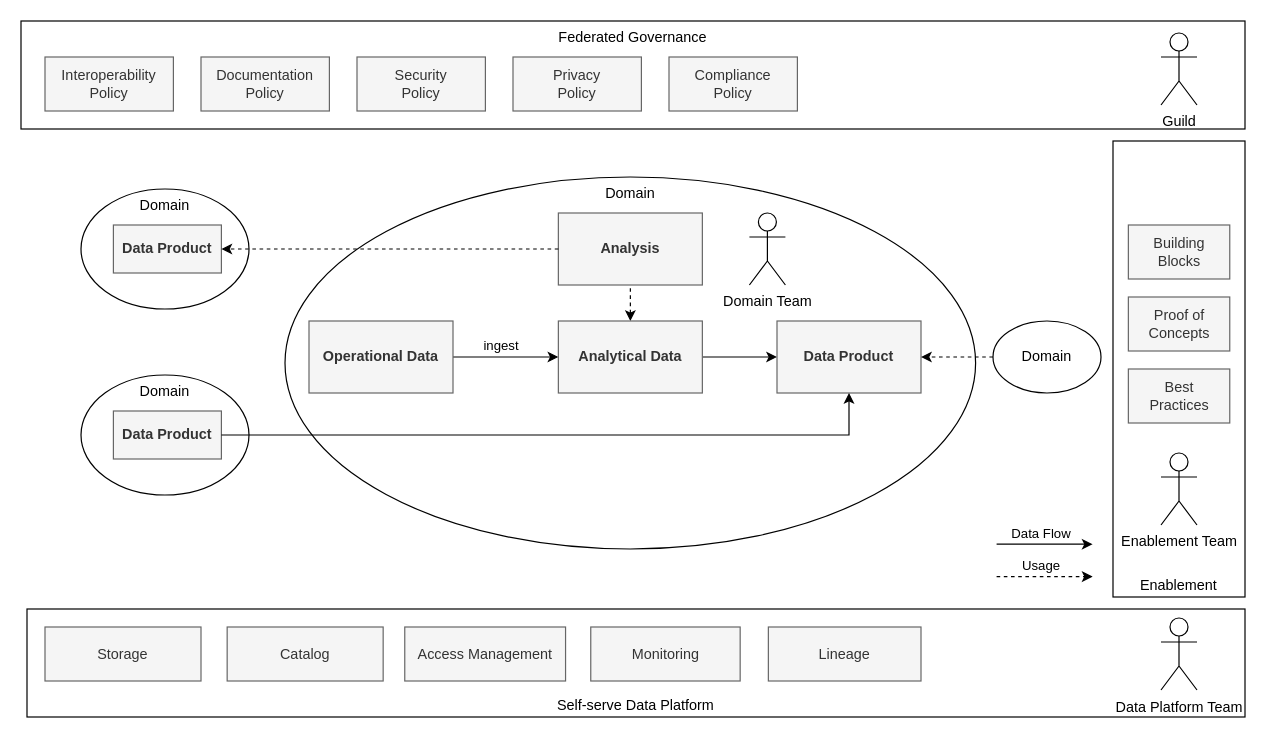
datamesh-architecture/datamesh-architecture.com keeps this draw.io diagram as diagrams/datamesharchitecture.drawio. Above is the earlier version. Source tidied: cells renumbered, new cells numbered last; positions are measured from the earlier drawing's top-left corner, leaving out a move shared by most shapes. Both pictures are drawn from the tidied source at 120%, with x=0, y=0 at pixel (20, 20).
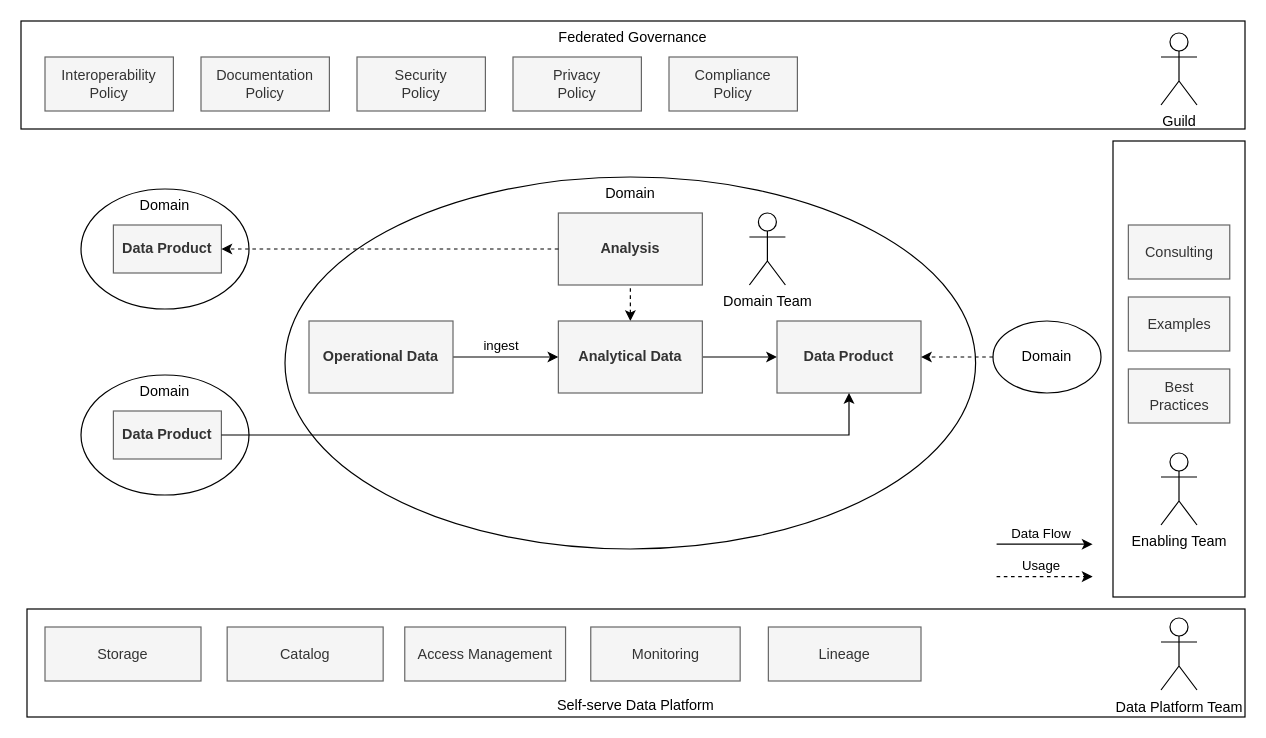
The same page after the edit.

What changed in the source:
```diff
@@
-    <mxCell id="2" value="Enablement" style="rounded=0;whiteSpace=wrap;html=1;verticalAlign=bottom;" parent="1" vertex="1">
+    <mxCell id="2" style="rounded=0;whiteSpace=wrap;html=1;verticalAlign=bottom;" parent="1" vertex="1">
       <mxGeometry x="910" y="100" width="110" height="380" as="geometry" />
     </mxCell>
@@
-    <mxCell id="15" value="Enablement Team" style="shape=umlActor;verticalLabelPosition=bottom;verticalAlign=top;html=1;" parent="1" vertex="1">
+    <mxCell id="15" value="Enabling Team" style="shape=umlActor;verticalLabelPosition=bottom;verticalAlign=top;html=1;" parent="1" vertex="1">
       <mxGeometry x="950" y="360" width="30" height="60" as="geometry" />
     </mxCell>
-    <mxCell id="16" value="Building &lt;br&gt;Blocks" style="rounded=0;whiteSpace=wrap;html=1;fillColor=#f5f5f5;fontColor=#333333;strokeColor=#666666;" parent="1" vertex="1">
+    <mxCell id="16" value="Consulting" style="rounded=0;whiteSpace=wrap;html=1;fillColor=#f5f5f5;fontColor=#333333;strokeColor=#666666;" parent="1" vertex="1">
       <mxGeometry x="922.8" y="170" width="84.5" height="45" as="geometry" />
     </mxCell>
-    <mxCell id="17" value="Proof of Concepts" style="rounded=0;whiteSpace=wrap;html=1;fillColor=#f5f5f5;fontColor=#333333;strokeColor=#666666;" parent="1" vertex="1">
+    <mxCell id="17" value="Examples" style="rounded=0;whiteSpace=wrap;html=1;fillColor=#f5f5f5;fontColor=#333333;strokeColor=#666666;" parent="1" vertex="1">
       <mxGeometry x="922.8" y="230" width="84.5" height="45" as="geometry" />
     </mxCell>
```
